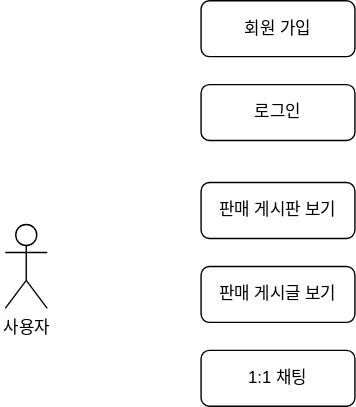
Before: Document/use-case.svg, a diagram exported from draw.io (wlsdnr658/trade-demo). Source tidied: cells renumbered, new cells last; positions are measured from the earlier drawing's top-left corner, leaving out a move shared by most shapes.
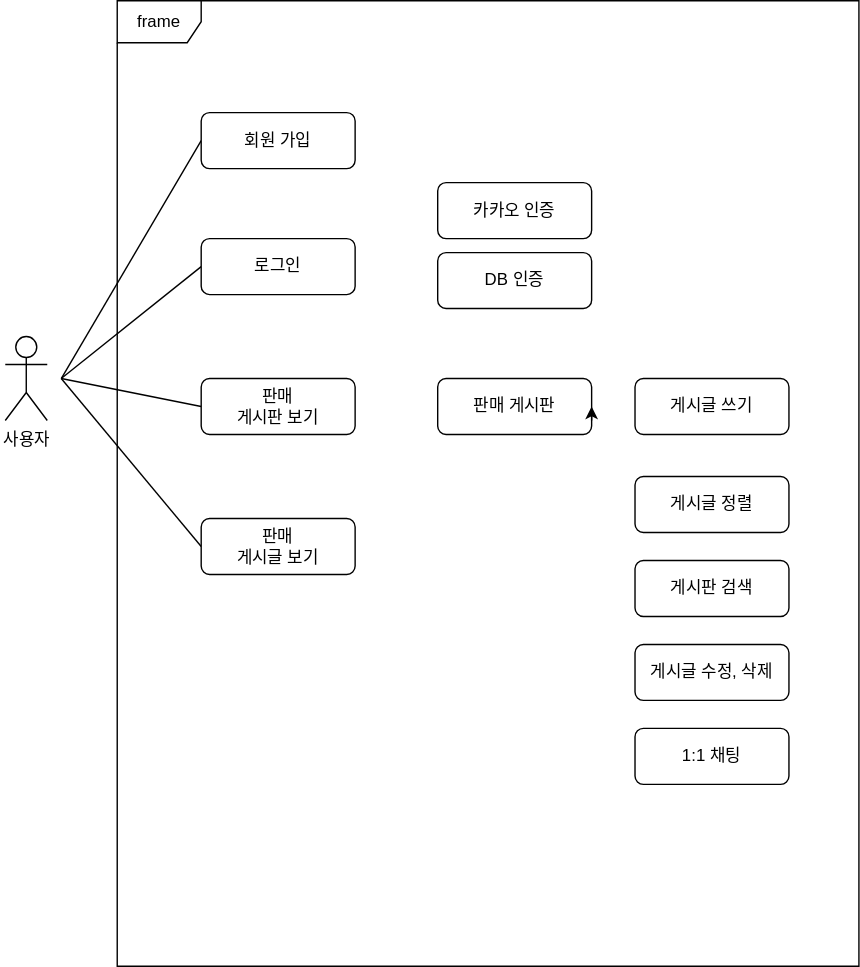
After the commit.

Change to the diagram source:
```diff
@@ -3,22 +3,70 @@
     <mxCell id="0" />
     <mxCell id="1" parent="0" />
     <mxCell id="2" value="사용자" style="shape=umlActor;verticalLabelPosition=bottom;verticalAlign=top;html=1;" parent="1" vertex="1">
-      <mxGeometry y="160" width="30" height="60" as="geometry" />
+      <mxGeometry x="10" y="320" width="30" height="60" as="geometry" />
     </mxCell>
+    <mxCell id="8" style="rounded=0;jettySize=auto;html=1;startArrow=none;startFill=0;endArrow=none;endFill=0;exitX=0;exitY=0.5;exitDx=0;exitDy=0;" parent="1" edge="1" source="3">
+      <mxGeometry relative="1" as="geometry">
+        <mxPoint x="50" y="350" as="targetPoint" />
+      </mxGeometry>
+    </mxCell>
     <mxCell id="3" value="회원 가입" style="rounded=1;whiteSpace=wrap;html=1;" parent="1" vertex="1">
-      <mxGeometry x="140" width="110" height="40" as="geometry" />
+      <mxGeometry x="150" y="160" width="110" height="40" as="geometry" />
     </mxCell>
+    <mxCell id="9" style="rounded=0;jettySize=auto;html=1;endArrow=none;endFill=0;exitX=0;exitY=0.5;exitDx=0;exitDy=0;" parent="1" edge="1" source="4">
+      <mxGeometry relative="1" as="geometry">
+        <mxPoint x="50" y="350" as="targetPoint" />
+      </mxGeometry>
+    </mxCell>
     <mxCell id="4" value="로그인" style="rounded=1;whiteSpace=wrap;html=1;" parent="1" vertex="1">
-      <mxGeometry x="140" y="60" width="110" height="40" as="geometry" />
+      <mxGeometry x="150" y="250" width="110" height="40" as="geometry" />
     </mxCell>
+    <mxCell id="10" style="rounded=0;orthogonalLoop=1;jettySize=auto;html=1;endArrow=none;endFill=0;" parent="1" edge="1">
+      <mxGeometry relative="1" as="geometry">
+        <mxPoint x="150" y="370" as="sourcePoint" />
+        <mxPoint x="50" y="350" as="targetPoint" />
+      </mxGeometry>
+    </mxCell>
-    <mxCell id="5" value="판매 게시판 보기" style="rounded=1;whiteSpace=wrap;html=1;" parent="1" vertex="1">
-      <mxGeometry x="140" y="130" width="110" height="40" as="geometry" />
+    <mxCell id="5" value="판매&lt;br&gt;게시판 보기" style="rounded=1;whiteSpace=wrap;html=1;" parent="1" vertex="1">
+      <mxGeometry x="150" y="350" width="110" height="40" as="geometry" />
     </mxCell>
+    <mxCell id="11" style="rounded=0;jettySize=auto;html=1;endArrow=none;endFill=0;exitX=0;exitY=0.5;exitDx=0;exitDy=0;" parent="1" edge="1" source="6">
+      <mxGeometry relative="1" as="geometry">
+        <mxPoint x="50" y="350" as="targetPoint" />
+      </mxGeometry>
+    </mxCell>
-    <mxCell id="6" value="판매 게시글 보기" style="rounded=1;whiteSpace=wrap;html=1;" parent="1" vertex="1">
-      <mxGeometry x="140" y="190" width="110" height="40" as="geometry" />
+    <mxCell id="6" value="판매&lt;br&gt;게시글 보기" style="rounded=1;whiteSpace=wrap;html=1;" parent="1" vertex="1">
+      <mxGeometry x="150" y="450" width="110" height="40" as="geometry" />
     </mxCell>
     <mxCell id="7" value="1:1 채팅" style="rounded=1;whiteSpace=wrap;html=1;" parent="1" vertex="1">
-      <mxGeometry x="140" y="250" width="110" height="40" as="geometry" />
+      <mxGeometry x="460" y="600" width="110" height="40" as="geometry" />
     </mxCell>
+    <mxCell id="12" value="카카오 인증" style="rounded=1;whiteSpace=wrap;html=1;" parent="1" vertex="1">
+      <mxGeometry x="319" y="210" width="110" height="40" as="geometry" />
+    </mxCell>
+    <mxCell id="13" value="DB 인증" style="rounded=1;whiteSpace=wrap;html=1;" parent="1" vertex="1">
+      <mxGeometry x="319" y="260" width="110" height="40" as="geometry" />
+    </mxCell>
+    <mxCell id="14" value="판매 게시판" style="rounded=1;whiteSpace=wrap;html=1;" parent="1" vertex="1">
+      <mxGeometry x="319" y="350" width="110" height="40" as="geometry" />
+    </mxCell>
+    <mxCell id="15" value="frame" style="shape=umlFrame;whiteSpace=wrap;html=1;" parent="1" vertex="1">
+      <mxGeometry x="90" y="80" width="530" height="690" as="geometry" />
+    </mxCell>
+    <mxCell id="16" style="edgeStyle=orthogonalEdgeStyle;rounded=0;orthogonalLoop=1;jettySize=auto;html=1;exitX=1;exitY=0.75;exitDx=0;exitDy=0;entryX=1;entryY=0.5;entryDx=0;entryDy=0;" parent="1" edge="1" source="14" target="14">
+      <mxGeometry relative="1" as="geometry" />
+    </mxCell>
+    <mxCell id="17" value="게시글 쓰기" style="rounded=1;whiteSpace=wrap;html=1;" parent="1" vertex="1">
+      <mxGeometry x="460" y="350" width="110" height="40" as="geometry" />
+    </mxCell>
+    <mxCell id="18" value="게시글 정렬" style="rounded=1;whiteSpace=wrap;html=1;" parent="1" vertex="1">
+      <mxGeometry x="460" y="420" width="110" height="40" as="geometry" />
+    </mxCell>
+    <mxCell id="19" value="게시판 검색" style="rounded=1;whiteSpace=wrap;html=1;" parent="1" vertex="1">
+      <mxGeometry x="460" y="480" width="110" height="40" as="geometry" />
+    </mxCell>
+    <mxCell id="20" value="게시글 수정, 삭제" style="rounded=1;whiteSpace=wrap;html=1;" parent="1" vertex="1">
+      <mxGeometry x="460" y="540" width="110" height="40" as="geometry" />
+    </mxCell>
   </root>
 </mxGraphModel>
```
